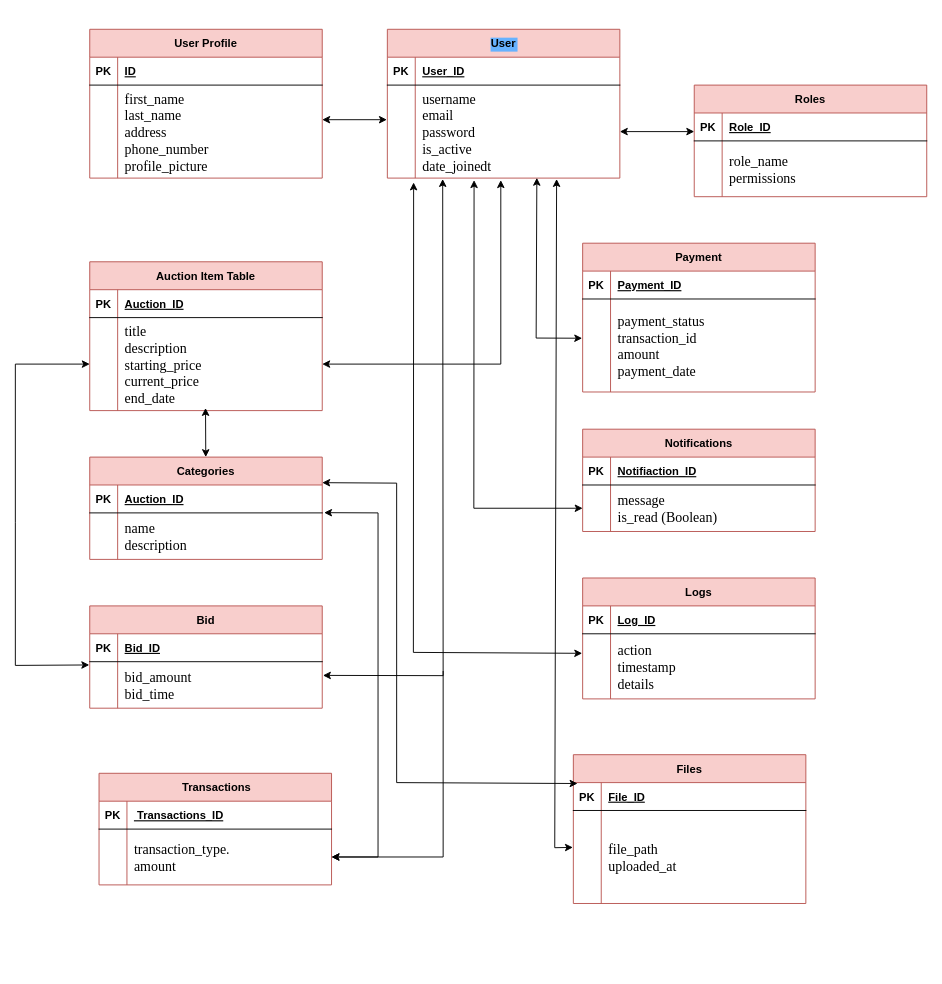
Before: Online_Auction_Management (1).drawio in kaziikram678/Python_Django, a draw.io diagram. Source tidied: cells renumbered, new cells numbered last; positions are measured from the earlier drawing's top-left corner, leaving out a move shared by most shapes. Both pictures are drawn from the tidied source at 93%, with x=0, y=0 at pixel (15, 29).
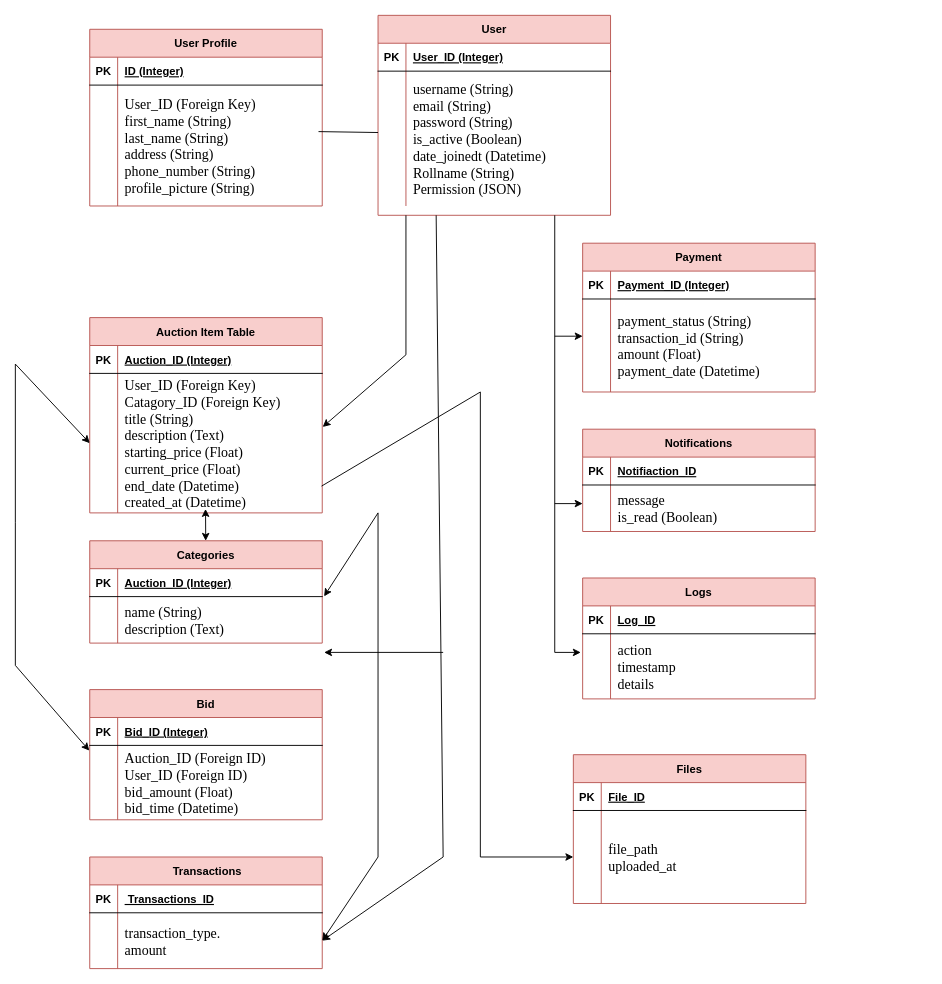
After the change.

The change refers to these unchanged cells:
```xml
<mxCell id="3" style="shape=partialRectangle;fillColor=none;top=0;left=0;right=0;bottom=1;" parent="2" vertex="1">
  <mxGeometry y="30" width="250" height="30" as="geometry" />
</mxCell>
<mxCell id="17" style="shape=partialRectangle;fillColor=none;top=0;left=0;right=0;bottom=1;" parent="16" vertex="1">
  <mxGeometry y="30" width="250" height="30" as="geometry" />
</mxCell>
<mxCell id="24" style="shape=partialRectangle;fillColor=none;top=0;left=0;right=0;bottom=1;" parent="23" vertex="1">
  <mxGeometry y="30" width="250" height="30" as="geometry" />
</mxCell>
<mxCell id="31" style="shape=partialRectangle;fillColor=none;top=0;left=0;right=0;bottom=1;" parent="30" vertex="1">
  <mxGeometry y="30" width="250" height="30" as="geometry" />
</mxCell>
<mxCell id="34" style="shape=partialRectangle;fillColor=none;points=[[0,0.5],[1,0.5]];portConstraint=eastwest;top=0;left=0;right=0;bottom=0;" parent="30" vertex="1">
  <mxGeometry y="60" width="250" height="50" as="geometry" />
</mxCell>
<mxCell id="38" style="shape=partialRectangle;fillColor=none;top=0;left=0;right=0;bottom=1;" parent="37" vertex="1">
  <mxGeometry y="30" width="250" height="30" as="geometry" />
</mxCell>
<mxCell id="45" style="shape=partialRectangle;fillColor=none;top=0;left=0;right=0;bottom=1;" parent="44" vertex="1">
  <mxGeometry y="30" width="250" height="30" as="geometry" />
</mxCell>
<mxCell id="48" style="shape=partialRectangle;fillColor=none;points=[[0,0.5],[1,0.5]];portConstraint=eastwest;top=0;left=0;right=0;bottom=0;" parent="44" vertex="1">
  <mxGeometry y="60" width="250" height="100" as="geometry" />
</mxCell>
<mxCell id="55" style="shape=partialRectangle;fillColor=none;points=[[0,0.5],[1,0.5]];portConstraint=eastwest;top=0;left=0;right=0;bottom=0;" parent="51" vertex="1">
  <mxGeometry y="60" width="250" height="50" as="geometry" />
</mxCell>
<mxCell id="62" style="shape=partialRectangle;fillColor=none;points=[[0,0.5],[1,0.5]];portConstraint=eastwest;top=0;left=0;right=0;bottom=0;" parent="58" vertex="1">
  <mxGeometry y="60" width="250" height="70" as="geometry" />
</mxCell>
<mxCell id="69" style="shape=partialRectangle;fillColor=none;points=[[0,0.5],[1,0.5]];portConstraint=eastwest;top=0;left=0;right=0;bottom=0;" parent="65" vertex="1">
  <mxGeometry y="60" width="250" height="60" as="geometry" />
</mxCell>
<mxCell id="73" style="shape=partialRectangle;fillColor=none;points=[[0,0.5],[1,0.5]];portConstraint=eastwest;top=0;left=0;right=0;bottom=1;" parent="72" vertex="1">
  <mxGeometry y="30" width="250" height="30" as="geometry" />
</mxCell>
<mxCell id="76" style="shape=partialRectangle;fillColor=none;points=[[0,0.5],[1,0.5]];portConstraint=eastwest;top=0;left=0;right=0;bottom=0;" parent="72" vertex="1">
  <mxGeometry y="60" width="250" height="100" as="geometry" />
</mxCell>
```

Change to the diagram source:
```diff
@@
-    <mxCell id="2" value="User" style="shape=table;startSize=30;childLayout=tableLayout;rowLines=0;fontStyle=1;align=center;labelBackgroundColor=#66B2FF;fillColor=#f8cecc;strokeColor=#b85450;" parent="1" vertex="1">
-      <mxGeometry x="400" width="250" height="160" as="geometry" />
+    <mxCell id="2" value="User" style="shape=table;startSize=30;childLayout=tableLayout;rowLines=0;fontStyle=1;align=center;labelBackgroundColor=none;fillColor=#f8cecc;strokeColor=#b85450;" parent="1" vertex="1">
+      <mxGeometry x="390" y="-15" width="250" height="215" as="geometry" />
     </mxCell>
@@
-    <mxCell id="5" value="User_ID" style="shape=partialRectangle;overflow=hidden;fillColor=none;top=0;left=0;bottom=0;right=0;align=left;spacingLeft=6;fontStyle=5;" parent="3" vertex="1">
+    <mxCell id="5" value="User_ID (Integer)" style="shape=partialRectangle;overflow=hidden;fillColor=none;top=0;left=0;bottom=0;right=0;align=left;spacingLeft=6;fontStyle=5;" parent="3" vertex="1">
       <mxGeometry x="30" width="220" height="30" as="geometry" />
     </mxCell>
     <mxCell id="6" style="shape=partialRectangle;fillColor=none;points=[[0,0.5],[1,0.5]];portConstraint=eastwest;top=0;left=0;right=0;bottom=0;" parent="2" vertex="1">
-      <mxGeometry y="60" width="250" height="100" as="geometry" />
+      <mxGeometry y="60" width="250" height="145" as="geometry" />
     </mxCell>
     <mxCell id="7" style="shape=partialRectangle;overflow=hidden;fillColor=none;top=0;left=0;bottom=0;right=0;" parent="6" vertex="1">
-      <mxGeometry width="30" height="100" as="geometry" />
+      <mxGeometry width="30" height="145" as="geometry" />
     </mxCell>
-    <mxCell id="8" value="username&#10;email&#10;password&#10;is_active&#10;date_joinedt" style="shape=partialRectangle;overflow=hidden;fillColor=none;top=0;left=0;bottom=0;right=0;align=left;spacingLeft=6;fontFamily=Times New Roman;fontSize=15;" parent="6" vertex="1">
-      <mxGeometry x="30" width="220" height="100" as="geometry" />
+    <mxCell id="8" value="username (String)&#10;email (String)&#10;password (String)&#10;is_active (Boolean)&#10;date_joinedt (Datetime)&#10;Rollname (String)&#10;Permission (JSON)" style="shape=partialRectangle;overflow=hidden;fillColor=none;top=0;left=0;bottom=0;right=0;align=left;spacingLeft=6;fontFamily=Times New Roman;fontSize=15;" parent="6" vertex="1">
+      <mxGeometry x="30" width="220" height="145" as="geometry" />
     </mxCell>
-    <mxCell id="9" value="Roles" style="shape=table;startSize=30;childLayout=tableLayout;rowLines=0;fontStyle=1;align=center;fillColor=#f8cecc;strokeColor=#b85450;" parent="1" vertex="1">
-      <mxGeometry x="730" y="60" width="250" height="120" as="geometry" />
-    </mxCell>
-    <mxCell id="10" style="shape=partialRectangle;fillColor=none;top=0;left=0;right=0;bottom=1;" parent="9" vertex="1">
-      <mxGeometry y="30" width="250" height="30" as="geometry" />
-    </mxCell>
-    <mxCell id="11" value="PK" style="shape=partialRectangle;overflow=hidden;fillColor=none;top=0;left=0;bottom=0;right=0;fontStyle=1;" parent="10" vertex="1">
-      <mxGeometry width="30" height="30" as="geometry" />
-    </mxCell>
-    <mxCell id="12" value="Role_ID" style="shape=partialRectangle;overflow=hidden;fillColor=none;top=0;left=0;bottom=0;right=0;align=left;spacingLeft=6;fontStyle=5;" parent="10" vertex="1">
-      <mxGeometry x="30" width="220" height="30" as="geometry" />
-    </mxCell>
-    <mxCell id="13" style="shape=partialRectangle;fillColor=none;top=0;left=0;right=0;bottom=0;" parent="9" vertex="1">
-      <mxGeometry y="60" width="250" height="60" as="geometry" />
-    </mxCell>
-    <mxCell id="14" style="shape=partialRectangle;overflow=hidden;fillColor=none;top=0;left=0;bottom=0;right=0;" parent="13" vertex="1">
-      <mxGeometry width="30" height="60" as="geometry" />
-    </mxCell>
-    <mxCell id="15" value="role_name&#10;permissions" style="shape=partialRectangle;overflow=hidden;fillColor=none;top=0;left=0;bottom=0;right=0;align=left;spacingLeft=6;fontFamily=Times New Roman;fontSize=15;" parent="13" vertex="1">
-      <mxGeometry x="30" width="220" height="60" as="geometry" />
-    </mxCell>
     <mxCell id="16" value="User Profile" style="shape=table;startSize=30;childLayout=tableLayout;rowLines=0;fontStyle=1;align=center;fillColor=#f8cecc;strokeColor=#b85450;" parent="1" vertex="1">
-      <mxGeometry x="80" width="250" height="160" as="geometry" />
+      <mxGeometry x="80" width="250" height="190" as="geometry" />
     </mxCell>
@@
-    <mxCell id="19" value="ID" style="shape=partialRectangle;overflow=hidden;fillColor=none;top=0;left=0;bottom=0;right=0;align=left;spacingLeft=6;fontStyle=5;" parent="17" vertex="1">
+    <mxCell id="19" value="ID (Integer)" style="shape=partialRectangle;overflow=hidden;fillColor=none;top=0;left=0;bottom=0;right=0;align=left;spacingLeft=6;fontStyle=5;" parent="17" vertex="1">
       <mxGeometry x="30" width="220" height="30" as="geometry" />
     </mxCell>
     <mxCell id="20" style="shape=partialRectangle;fillColor=none;points=[[0,0.5],[1,0.5]];portConstraint=eastwest;top=0;left=0;right=0;bottom=0;" parent="16" vertex="1">
-      <mxGeometry y="60" width="250" height="100" as="geometry" />
+      <mxGeometry y="60" width="250" height="130" as="geometry" />
     </mxCell>
     <mxCell id="21" style="shape=partialRectangle;overflow=hidden;fillColor=none;top=0;left=0;bottom=0;right=0;" parent="20" vertex="1">
-      <mxGeometry width="30" height="100" as="geometry" />
+      <mxGeometry width="30" height="130" as="geometry" />
     </mxCell>
-    <mxCell id="22" value="first_name&#10;last_name&#10;address&#10;phone_number&#10;profile_picture" style="shape=partialRectangle;overflow=hidden;fillColor=none;top=0;left=0;bottom=0;right=0;align=left;spacingLeft=6;fontFamily=Times New Roman;fontSize=15;" parent="20" vertex="1">
-      <mxGeometry x="30" width="220" height="100" as="geometry" />
+    <mxCell id="22" value="User_ID (Foreign Key)&#10;first_name (String)&#10;last_name (String)&#10;address (String)&#10;phone_number (String)&#10;profile_picture (String)" style="shape=partialRectangle;overflow=hidden;fillColor=none;top=0;left=0;bottom=0;right=0;align=left;spacingLeft=6;fontFamily=Times New Roman;fontSize=15;labelBackgroundColor=default;" parent="20" vertex="1">
+      <mxGeometry x="30" width="220" height="130" as="geometry" />
     </mxCell>
     <mxCell id="23" value="Bid" style="shape=table;startSize=30;childLayout=tableLayout;rowLines=0;fontStyle=1;align=center;fillColor=#f8cecc;strokeColor=#b85450;" parent="1" vertex="1">
-      <mxGeometry x="80" y="620" width="250" height="110" as="geometry" />
+      <mxGeometry x="80" y="710" width="250" height="140" as="geometry" />
     </mxCell>
@@
-    <mxCell id="26" value="Bid_ID" style="shape=partialRectangle;overflow=hidden;fillColor=none;top=0;left=0;bottom=0;right=0;align=left;spacingLeft=6;fontStyle=5;" parent="24" vertex="1">
+    <mxCell id="26" value="Bid_ID (Integer)" style="shape=partialRectangle;overflow=hidden;fillColor=none;top=0;left=0;bottom=0;right=0;align=left;spacingLeft=6;fontStyle=5;" parent="24" vertex="1">
       <mxGeometry x="30" width="220" height="30" as="geometry" />
     </mxCell>
     <mxCell id="27" style="shape=partialRectangle;fillColor=none;points=[[0,0.5],[1,0.5]];portConstraint=eastwest;top=0;left=0;right=0;bottom=0;" parent="23" vertex="1">
-      <mxGeometry y="60" width="250" height="50" as="geometry" />
+      <mxGeometry y="60" width="250" height="80" as="geometry" />
     </mxCell>
     <mxCell id="28" style="shape=partialRectangle;overflow=hidden;fillColor=none;top=0;left=0;bottom=0;right=0;" parent="27" vertex="1">
-      <mxGeometry width="30" height="50" as="geometry" />
+      <mxGeometry width="30" height="80" as="geometry" />
     </mxCell>
-    <mxCell id="29" value="bid_amount&#10;bid_time" style="shape=partialRectangle;overflow=hidden;fillColor=none;top=0;left=0;bottom=0;right=0;align=left;spacingLeft=6;fontFamily=Times New Roman;fontSize=15;" parent="27" vertex="1">
-      <mxGeometry x="30" width="220" height="50" as="geometry" />
+    <mxCell id="29" value="Auction_ID (Foreign ID)&#10;User_ID (Foreign ID)&#10;bid_amount (Float)&#10;bid_time (Datetime)" style="shape=partialRectangle;overflow=hidden;fillColor=none;top=0;left=0;bottom=0;right=0;align=left;spacingLeft=6;fontFamily=Times New Roman;fontSize=15;" parent="27" vertex="1">
+      <mxGeometry x="30" width="220" height="80" as="geometry" />
     </mxCell>
     <mxCell id="30" value="Categories" style="shape=table;startSize=30;childLayout=tableLayout;rowLines=0;fontStyle=1;align=center;fillColor=#f8cecc;strokeColor=#b85450;" parent="1" vertex="1">
-      <mxGeometry x="80" y="460" width="250" height="110" as="geometry" />
+      <mxGeometry x="80" y="550" width="250" height="110" as="geometry" />
     </mxCell>
@@
-    <mxCell id="33" value="Auction_ID" style="shape=partialRectangle;overflow=hidden;fillColor=none;top=0;left=0;bottom=0;right=0;align=left;spacingLeft=6;fontStyle=5;" parent="31" vertex="1">
+    <mxCell id="33" value="Auction_ID (Integer)" style="shape=partialRectangle;overflow=hidden;fillColor=none;top=0;left=0;bottom=0;right=0;align=left;spacingLeft=6;fontStyle=5;" parent="31" vertex="1">
       <mxGeometry x="30" width="220" height="30" as="geometry" />
     </mxCell>
@@
-    <mxCell id="36" value="name&#10;description" style="shape=partialRectangle;overflow=hidden;fillColor=none;top=0;left=0;bottom=0;right=0;align=left;spacingLeft=6;fontFamily=Times New Roman;fontSize=15;" parent="34" vertex="1">
+    <mxCell id="36" value="name (String)&#10;description (Text)" style="shape=partialRectangle;overflow=hidden;fillColor=none;top=0;left=0;bottom=0;right=0;align=left;spacingLeft=6;fontFamily=Times New Roman;fontSize=15;" parent="34" vertex="1">
       <mxGeometry x="30" width="220" height="50" as="geometry" />
     </mxCell>
     <mxCell id="37" value="Auction Item Table" style="shape=table;startSize=30;childLayout=tableLayout;rowLines=0;fontStyle=1;align=center;fillColor=#f8cecc;strokeColor=#b85450;" parent="1" vertex="1">
-      <mxGeometry x="80" y="250" width="250" height="160" as="geometry" />
+      <mxGeometry x="80" y="310" width="250" height="210" as="geometry" />
     </mxCell>
@@
-    <mxCell id="40" value="Auction_ID" style="shape=partialRectangle;overflow=hidden;fillColor=none;top=0;left=0;bottom=0;right=0;align=left;spacingLeft=6;fontStyle=5;" parent="38" vertex="1">
+    <mxCell id="40" value="Auction_ID (Integer)" style="shape=partialRectangle;overflow=hidden;fillColor=none;top=0;left=0;bottom=0;right=0;align=left;spacingLeft=6;fontStyle=5;" parent="38" vertex="1">
       <mxGeometry x="30" width="220" height="30" as="geometry" />
     </mxCell>
     <mxCell id="41" style="shape=partialRectangle;fillColor=none;points=[[0,0.5],[1,0.5]];portConstraint=eastwest;top=0;left=0;right=0;bottom=0;" parent="37" vertex="1">
-      <mxGeometry y="60" width="250" height="100" as="geometry" />
+      <mxGeometry y="60" width="250" height="150" as="geometry" />
     </mxCell>
     <mxCell id="42" style="shape=partialRectangle;overflow=hidden;fillColor=none;top=0;left=0;bottom=0;right=0;" parent="41" vertex="1">
-      <mxGeometry width="30" height="100" as="geometry" />
+      <mxGeometry width="30" height="150" as="geometry" />
     </mxCell>
-    <mxCell id="43" value="title&#10;description&#10;starting_price&#10;current_price&#10;end_date" style="shape=partialRectangle;overflow=hidden;fillColor=none;top=0;left=0;bottom=0;right=0;align=left;spacingLeft=6;fontFamily=Times New Roman;fontSize=15;" parent="41" vertex="1">
-      <mxGeometry x="30" width="220" height="100" as="geometry" />
+    <mxCell id="43" value="User_ID (Foreign Key)&#10;Catagory_ID (Foreign Key)&#10;title (String)&#10;description (Text)&#10;starting_price (Float)&#10;current_price (Float)&#10;end_date (Datetime)&#10;created_at (Datetime)" style="shape=partialRectangle;overflow=hidden;fillColor=none;top=0;left=0;bottom=0;right=0;align=left;spacingLeft=6;fontFamily=Times New Roman;fontSize=15;" parent="41" vertex="1">
+      <mxGeometry x="30" width="220" height="150" as="geometry" />
     </mxCell>
@@
-    <mxCell id="47" value="Payment_ID" style="shape=partialRectangle;overflow=hidden;fillColor=none;top=0;left=0;bottom=0;right=0;align=left;spacingLeft=6;fontStyle=5;" parent="45" vertex="1">
+    <mxCell id="47" value="Payment_ID (Integer)" style="shape=partialRectangle;overflow=hidden;fillColor=none;top=0;left=0;bottom=0;right=0;align=left;spacingLeft=6;fontStyle=5;" parent="45" vertex="1">
       <mxGeometry x="30" width="220" height="30" as="geometry" />
     </mxCell>
@@
-    <mxCell id="50" value="payment_status&#10;transaction_id&#10;amount&#10;payment_date" style="shape=partialRectangle;overflow=hidden;fillColor=none;top=0;left=0;bottom=0;right=0;align=left;spacingLeft=6;fontFamily=Times New Roman;fontSize=15;" parent="48" vertex="1">
+    <mxCell id="50" value="payment_status (String)&#10;transaction_id (String)&#10;amount (Float)&#10;payment_date (Datetime)" style="shape=partialRectangle;overflow=hidden;fillColor=none;top=0;left=0;bottom=0;right=0;align=left;spacingLeft=6;fontFamily=Times New Roman;fontSize=15;" parent="48" vertex="1">
       <mxGeometry x="30" width="220" height="100" as="geometry" />
     </mxCell>
@@
     <mxCell id="65" value=" Transactions" style="shape=table;startSize=30;childLayout=tableLayout;rowLines=0;fontStyle=1;align=center;fillColor=#f8cecc;strokeColor=#b85450;" parent="1" vertex="1">
-      <mxGeometry x="90" y="800" width="250" height="120" as="geometry" />
+      <mxGeometry x="80" y="890" width="250" height="120" as="geometry" />
     </mxCell>
@@
-    <mxCell id="79" style="endArrow=classic;startArrow=classic;html=1;rounded=0;entryX=-0.002;entryY=0.372;entryDx=0;entryDy=0;entryPerimeter=0;exitX=1;exitY=0.372;exitDx=0;exitDy=0;exitPerimeter=0;" parent="1" edge="1" source="20" target="6">
-      <mxGeometry relative="1" as="geometry" />
-    </mxCell>
-    <mxCell id="80" style="endArrow=classic;startArrow=classic;html=1;rounded=0;entryX=1;entryY=0.5;entryDx=0;entryDy=0;" parent="1" edge="1" target="6">
-      <mxGeometry relative="1" as="geometry">
-        <mxPoint x="730" y="110" as="sourcePoint" />
-      </mxGeometry>
-    </mxCell>
-    <mxCell id="81" style="endArrow=classic;startArrow=classic;html=1;rounded=0;entryX=0.488;entryY=1.022;entryDx=0;entryDy=0;entryPerimeter=0;exitX=1;exitY=0.5;exitDx=0;exitDy=0;" parent="1" edge="1" source="41" target="6">
-      <mxGeometry relative="1" as="geometry">
-        <Array as="points">
-          <mxPoint x="522" y="360" />
-        </Array>
-      </mxGeometry>
-    </mxCell>
@@
-    <mxCell id="84" style="endArrow=classic;startArrow=classic;html=1;rounded=0;entryX=0.238;entryY=1.01;entryDx=0;entryDy=0;entryPerimeter=0;exitX=1.003;exitY=0.295;exitDx=0;exitDy=0;exitPerimeter=0;" parent="1" edge="1" source="27" target="6">
-      <mxGeometry relative="1" as="geometry">
-        <Array as="points">
-          <mxPoint x="460" y="695" />
-        </Array>
-      </mxGeometry>
-    </mxCell>
-    <mxCell id="85" style="endArrow=classic;startArrow=classic;html=1;rounded=0;entryX=0.643;entryY=0.997;entryDx=0;entryDy=0;entryPerimeter=0;exitX=-0.002;exitY=0.422;exitDx=0;exitDy=0;exitPerimeter=0;" parent="1" edge="1" source="48" target="6">
-      <mxGeometry relative="1" as="geometry">
-        <Array as="points">
-          <mxPoint x="560" y="332" />
-        </Array>
-      </mxGeometry>
-    </mxCell>
-    <mxCell id="86" style="endArrow=classic;startArrow=classic;html=1;rounded=0;entryX=0.373;entryY=1.022;entryDx=0;entryDy=0;entryPerimeter=0;exitX=0;exitY=0.5;exitDx=0;exitDy=0;" parent="1" edge="1" source="55" target="6">
-      <mxGeometry relative="1" as="geometry">
-        <Array as="points">
-          <mxPoint x="493" y="515" />
-        </Array>
-      </mxGeometry>
-    </mxCell>
-    <mxCell id="87" style="endArrow=classic;startArrow=classic;html=1;rounded=0;entryX=0.113;entryY=1.047;entryDx=0;entryDy=0;entryPerimeter=0;exitX=-0.002;exitY=0.3;exitDx=0;exitDy=0;exitPerimeter=0;" parent="1" edge="1" source="62" target="6">
-      <mxGeometry relative="1" as="geometry">
-        <Array as="points">
-          <mxPoint x="428" y="670" />
-        </Array>
-      </mxGeometry>
-    </mxCell>
@@
-    <mxCell id="89" style="endArrow=classic;html=1;rounded=0;entryX=1;entryY=0.5;entryDx=0;entryDy=0;" parent="1" edge="1" target="69">
+    <mxCell id="89" style="endArrow=classic;html=1;rounded=0;entryX=1;entryY=0.5;entryDx=0;entryDy=0;exitX=0.25;exitY=1;exitDx=0;exitDy=0;" parent="1" edge="1" source="2" target="69">
       <mxGeometry relative="1" as="geometry">
-        <mxPoint x="460" y="690" as="sourcePoint" />
         <Array as="points">
           <mxPoint x="460" y="890" />
         </Array>
       </mxGeometry>
     </mxCell>
-    <mxCell id="90" style="endArrow=classic;startArrow=classic;html=1;rounded=0;entryX=0.728;entryY=1.01;entryDx=0;entryDy=0;entryPerimeter=0;exitX=-0.002;exitY=0.397;exitDx=0;exitDy=0;exitPerimeter=0;" parent="1" edge="1" source="76" target="6">
-      <mxGeometry relative="1" as="geometry">
-        <Array as="points">
-          <mxPoint x="580" y="880" />
-        </Array>
-      </mxGeometry>
-    </mxCell>
-    <mxCell id="91" style="endArrow=classic;startArrow=classic;html=1;rounded=0;exitX=1;exitY=0.25;exitDx=0;exitDy=0;entryX=0.018;entryY=0.033;entryDx=0;entryDy=0;entryPerimeter=0;" parent="1" edge="1" source="30" target="73">
-      <mxGeometry relative="1" as="geometry">
-        <Array as="points">
-          <mxPoint x="410" y="488" />
-          <mxPoint x="410" y="810" />
-        </Array>
-      </mxGeometry>
-    </mxCell>
+    <mxCell id="92" style="endArrow=none;html=1;rounded=0;exitX=1;exitY=0.5;exitDx=0;exitDy=0;entryX=0.016;entryY=0.007;entryDx=0;entryDy=0;entryPerimeter=0;" parent="1" edge="1">
+      <mxGeometry relative="1" as="geometry">
+        <mxPoint x="326" y="110" as="sourcePoint" />
+        <mxPoint x="390" y="111" as="targetPoint" />
+      </mxGeometry>
+    </mxCell>
+    <mxCell id="93" style="endArrow=classic;html=1;rounded=0;entryX=-0.008;entryY=0.286;entryDx=0;entryDy=0;entryPerimeter=0;" parent="1" edge="1" target="62">
+      <mxGeometry relative="1" as="geometry">
+        <mxPoint x="580" y="200" as="sourcePoint" />
+        <Array as="points">
+          <mxPoint x="580" y="670" />
+        </Array>
+      </mxGeometry>
+    </mxCell>
+    <mxCell id="94" style="endArrow=classic;html=1;rounded=0;" parent="1" edge="1">
+      <mxGeometry relative="1" as="geometry">
+        <mxPoint x="580" y="330" as="sourcePoint" />
+        <mxPoint x="610" y="330" as="targetPoint" />
+      </mxGeometry>
+    </mxCell>
+    <mxCell id="95" style="endArrow=classic;html=1;rounded=0;" parent="1" edge="1">
+      <mxGeometry relative="1" as="geometry">
+        <mxPoint x="580" y="510" as="sourcePoint" />
+        <mxPoint x="610" y="510" as="targetPoint" />
+      </mxGeometry>
+    </mxCell>
+    <mxCell id="96" style="endArrow=classic;html=1;rounded=0;" parent="1" edge="1">
+      <mxGeometry relative="1" as="geometry">
+        <mxPoint x="460" y="670" as="sourcePoint" />
+        <mxPoint x="332" y="670" as="targetPoint" />
+      </mxGeometry>
+    </mxCell>
+    <mxCell id="97" style="endArrow=classic;html=1;rounded=0;entryX=1.002;entryY=0.384;entryDx=0;entryDy=0;entryPerimeter=0;" parent="1" edge="1" target="41">
+      <mxGeometry relative="1" as="geometry">
+        <mxPoint x="420" y="200" as="sourcePoint" />
+        <Array as="points">
+          <mxPoint x="420" y="350" />
+        </Array>
+      </mxGeometry>
+    </mxCell>
+    <mxCell id="98" style="endArrow=classic;html=1;rounded=0;entryX=0;entryY=0.5;entryDx=0;entryDy=0;exitX=0.997;exitY=0.808;exitDx=0;exitDy=0;exitPerimeter=0;" parent="1" edge="1" source="41" target="76">
+      <mxGeometry relative="1" as="geometry">
+        <Array as="points">
+          <mxPoint x="500" y="390" />
+          <mxPoint x="500" y="890" />
+        </Array>
+      </mxGeometry>
+    </mxCell>
```
